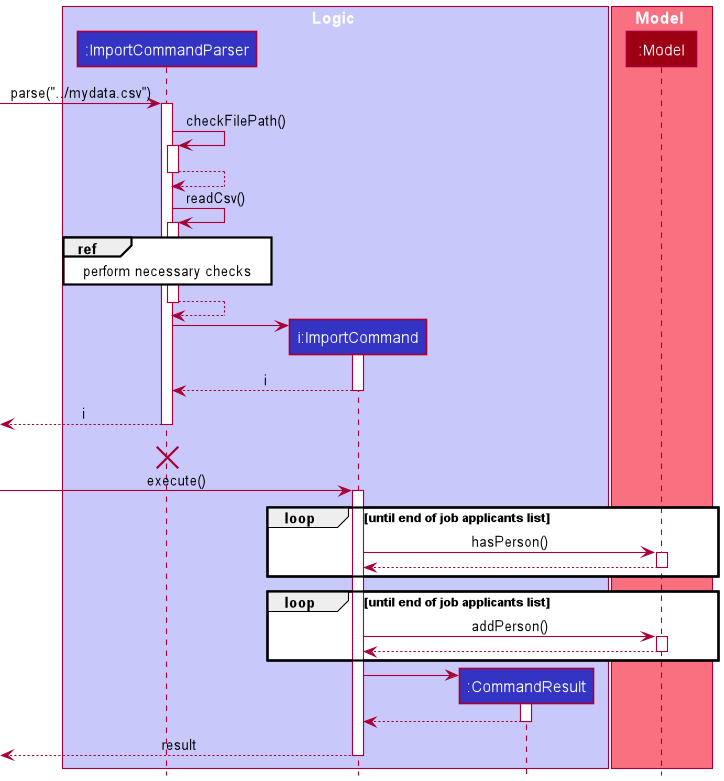
rcjj98/tp keeps this PlantUML diagram as docs/images/ImportSequenceDiagram.png. Above is the earlier version.
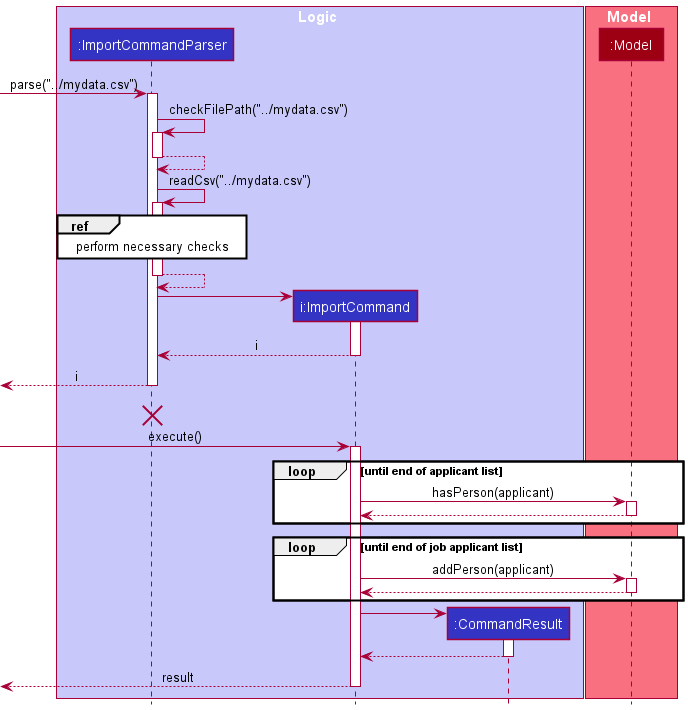
The same diagram one commit later.

What changed in the source:
```diff
@@ -14,12 +14,12 @@
 [-> ImportCommandParser : parse("../mydata.csv")
 activate ImportCommandParser
 
-ImportCommandParser -> ImportCommandParser : checkFilePath()
+ImportCommandParser -> ImportCommandParser : checkFilePath("../mydata.csv")
 activate ImportCommandParser
 ImportCommandParser --> ImportCommandParser
 deactivate ImportCommandParser
 
-ImportCommandParser -> ImportCommandParser : readCsv()
+ImportCommandParser -> ImportCommandParser : readCsv("../mydata.csv")
 activate ImportCommandParser
 
 ref over ImportCommandParser
@@ -45,15 +45,15 @@
 [-> ImportCommand : execute()
 activate ImportCommand
 
-loop until end of job applicants list
-ImportCommand -> Model : hasPerson()
+loop until end of applicant list
+ImportCommand -> Model : hasPerson(applicant)
 activate Model
 Model --> ImportCommand
 deactivate Model
 end
 
-loop until end of job applicants list
-ImportCommand -> Model : addPerson()
+loop until end of job applicant list
+ImportCommand -> Model : addPerson(applicant)
 activate Model
 Model --> ImportCommand
 deactivate Model
```
